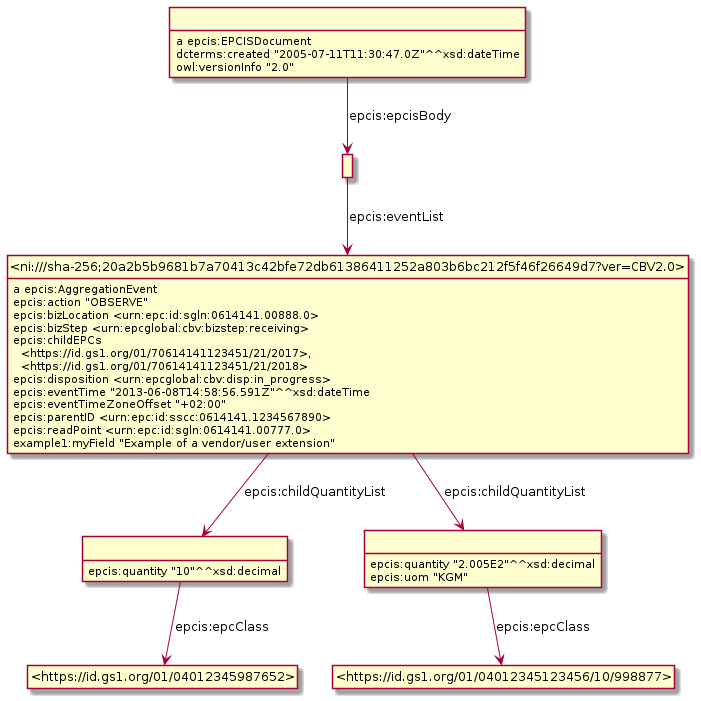
This is Diagrams/WithDigitalLinkID/Example_9.6.3-AggregationEventWithDigitalLink.png from gs1/EPCIS, a PlantUML export, as it was before one commit.
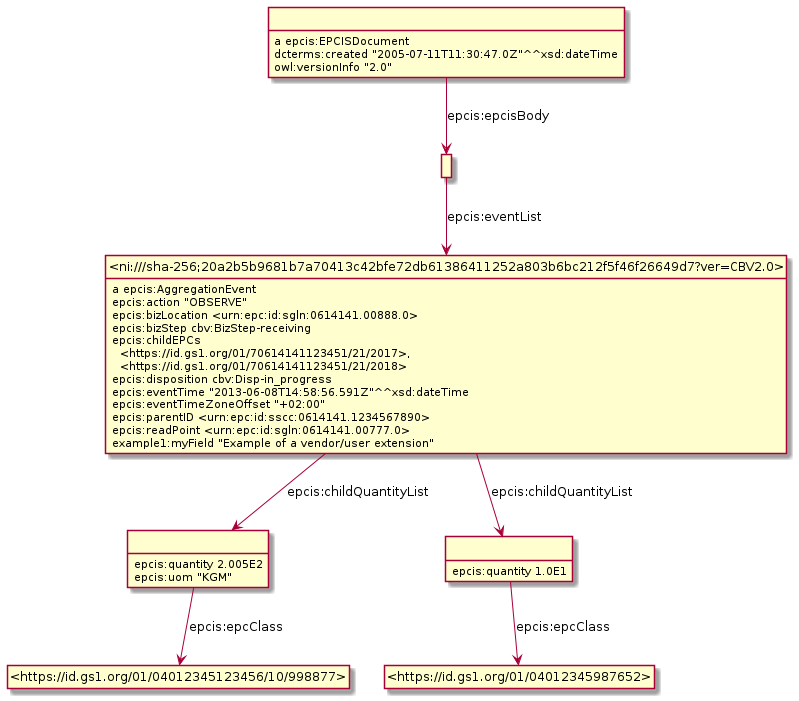
After the commit.

What changed in the source:
```diff
@@ -3,34 +3,34 @@
 hide empty attributes
 hide circle
 skinparam classAttributeIconSize 0
-class _r1623307974r0_ as " "
-_r1623307974r0_ : a epcis:EPCISDocument
-class _r1623307974r1_ as " "
-_r1623307974r0_ -down-> _r1623307974r1_ : epcis:epcisBody
-_r1623307974r0_ : dcterms:created "2005-07-11T11:30:47.0Z"^^xsd:dateTime
-_r1623307974r0_ : owl:versionInfo "2.0"
-class _r1623307974r3_ as " "
+class _r1623934095r0_ as " "
+class _https_id_gs1_org_01_04012345123456_10_998877_ as "<https://id.gs1.org/01/04012345123456/10/998877>"
+_r1623934095r0_ -down-> _https_id_gs1_org_01_04012345123456_10_998877_ : epcis:epcClass
+_r1623934095r0_ : epcis:quantity 2.005E2
+_r1623934095r0_ : epcis:uom "KGM"
+class _r1623934095r2_ as " "
+_r1623934095r2_ : a epcis:EPCISDocument
+class _r1623934095r3_ as " "
+_r1623934095r2_ -down-> _r1623934095r3_ : epcis:epcisBody
+_r1623934095r2_ : dcterms:created "2005-07-11T11:30:47.0Z"^^xsd:dateTime
+_r1623934095r2_ : owl:versionInfo "2.0"
+class _ni_sha_256_20a2b5b9681b7a70413c42bfe72db61386411252a803b6bc212f5f46f26649d7_ver_CBV2_0_ as "<ni:///sha-256;20a2b5b9681b7a70413c42bfe72db61386411252a803b6bc212f5f46f26649d7?ver=CBV2.0>"
+_r1623934095r3_ -down-> _ni_sha_256_20a2b5b9681b7a70413c42bfe72db61386411252a803b6bc212f5f46f26649d7_ver_CBV2_0_ : epcis:eventList
+class _r1623934095r1_ as " "
 class _https_id_gs1_org_01_04012345987652_ as "<https://id.gs1.org/01/04012345987652>"
-_r1623307974r3_ -down-> _https_id_gs1_org_01_04012345987652_ : epcis:epcClass
-_r1623307974r3_ : epcis:quantity "10"^^xsd:decimal
-class _ni_sha_256_20a2b5b9681b7a70413c42bfe72db61386411252a803b6bc212f5f46f26649d7_ver_CBV2_0_ as "<ni:///sha-256;20a2b5b9681b7a70413c42bfe72db61386411252a803b6bc212f5f46f26649d7?ver=CBV2.0>"
-_r1623307974r1_ -down-> _ni_sha_256_20a2b5b9681b7a70413c42bfe72db61386411252a803b6bc212f5f46f26649d7_ver_CBV2_0_ : epcis:eventList
+_r1623934095r1_ -down-> _https_id_gs1_org_01_04012345987652_ : epcis:epcClass
+_r1623934095r1_ : epcis:quantity 1.0E1
 _ni_sha_256_20a2b5b9681b7a70413c42bfe72db61386411252a803b6bc212f5f46f26649d7_ver_CBV2_0_ : a epcis:AggregationEvent
-_ni_sha_256_20a2b5b9681b7a70413c42bfe72db61386411252a803b6bc212f5f46f26649d7_ver_CBV2_0_ -down-> _r1623307974r3_ : epcis:childQuantityList
-class _r1623307974r2_ as " "
-_ni_sha_256_20a2b5b9681b7a70413c42bfe72db61386411252a803b6bc212f5f46f26649d7_ver_CBV2_0_ -down-> _r1623307974r2_ : epcis:childQuantityList
+_ni_sha_256_20a2b5b9681b7a70413c42bfe72db61386411252a803b6bc212f5f46f26649d7_ver_CBV2_0_ -down-> _r1623934095r1_ : epcis:childQuantityList
+_ni_sha_256_20a2b5b9681b7a70413c42bfe72db61386411252a803b6bc212f5f46f26649d7_ver_CBV2_0_ -down-> _r1623934095r0_ : epcis:childQuantityList
 _ni_sha_256_20a2b5b9681b7a70413c42bfe72db61386411252a803b6bc212f5f46f26649d7_ver_CBV2_0_ : epcis:action "OBSERVE"
 _ni_sha_256_20a2b5b9681b7a70413c42bfe72db61386411252a803b6bc212f5f46f26649d7_ver_CBV2_0_ : epcis:bizLocation <urn:epc:id:sgln:0614141.00888.0>
-_ni_sha_256_20a2b5b9681b7a70413c42bfe72db61386411252a803b6bc212f5f46f26649d7_ver_CBV2_0_ : epcis:bizStep <urn:epcglobal:cbv:bizstep:receiving>
+_ni_sha_256_20a2b5b9681b7a70413c42bfe72db61386411252a803b6bc212f5f46f26649d7_ver_CBV2_0_ : epcis:bizStep cbv:BizStep-receiving
 _ni_sha_256_20a2b5b9681b7a70413c42bfe72db61386411252a803b6bc212f5f46f26649d7_ver_CBV2_0_ : epcis:childEPCs\n  <https://id.gs1.org/01/70614141123451/21/2017>,\n  <https://id.gs1.org/01/70614141123451/21/2018>
-_ni_sha_256_20a2b5b9681b7a70413c42bfe72db61386411252a803b6bc212f5f46f26649d7_ver_CBV2_0_ : epcis:disposition <urn:epcglobal:cbv:disp:in_progress>
+_ni_sha_256_20a2b5b9681b7a70413c42bfe72db61386411252a803b6bc212f5f46f26649d7_ver_CBV2_0_ : epcis:disposition cbv:Disp-in_progress
 _ni_sha_256_20a2b5b9681b7a70413c42bfe72db61386411252a803b6bc212f5f46f26649d7_ver_CBV2_0_ : epcis:eventTime "2013-06-08T14:58:56.591Z"^^xsd:dateTime
 _ni_sha_256_20a2b5b9681b7a70413c42bfe72db61386411252a803b6bc212f5f46f26649d7_ver_CBV2_0_ : epcis:eventTimeZoneOffset "+02:00"
 _ni_sha_256_20a2b5b9681b7a70413c42bfe72db61386411252a803b6bc212f5f46f26649d7_ver_CBV2_0_ : epcis:parentID <urn:epc:id:sscc:0614141.1234567890>
 _ni_sha_256_20a2b5b9681b7a70413c42bfe72db61386411252a803b6bc212f5f46f26649d7_ver_CBV2_0_ : epcis:readPoint <urn:epc:id:sgln:0614141.00777.0>
 _ni_sha_256_20a2b5b9681b7a70413c42bfe72db61386411252a803b6bc212f5f46f26649d7_ver_CBV2_0_ : example1:myField "Example of a vendor/user extension"
-class _https_id_gs1_org_01_04012345123456_10_998877_ as "<https://id.gs1.org/01/04012345123456/10/998877>"
-_r1623307974r2_ -down-> _https_id_gs1_org_01_04012345123456_10_998877_ : epcis:epcClass
-_r1623307974r2_ : epcis:quantity "2.005E2"^^xsd:decimal
-_r1623307974r2_ : epcis:uom "KGM"
 @enduml
```
